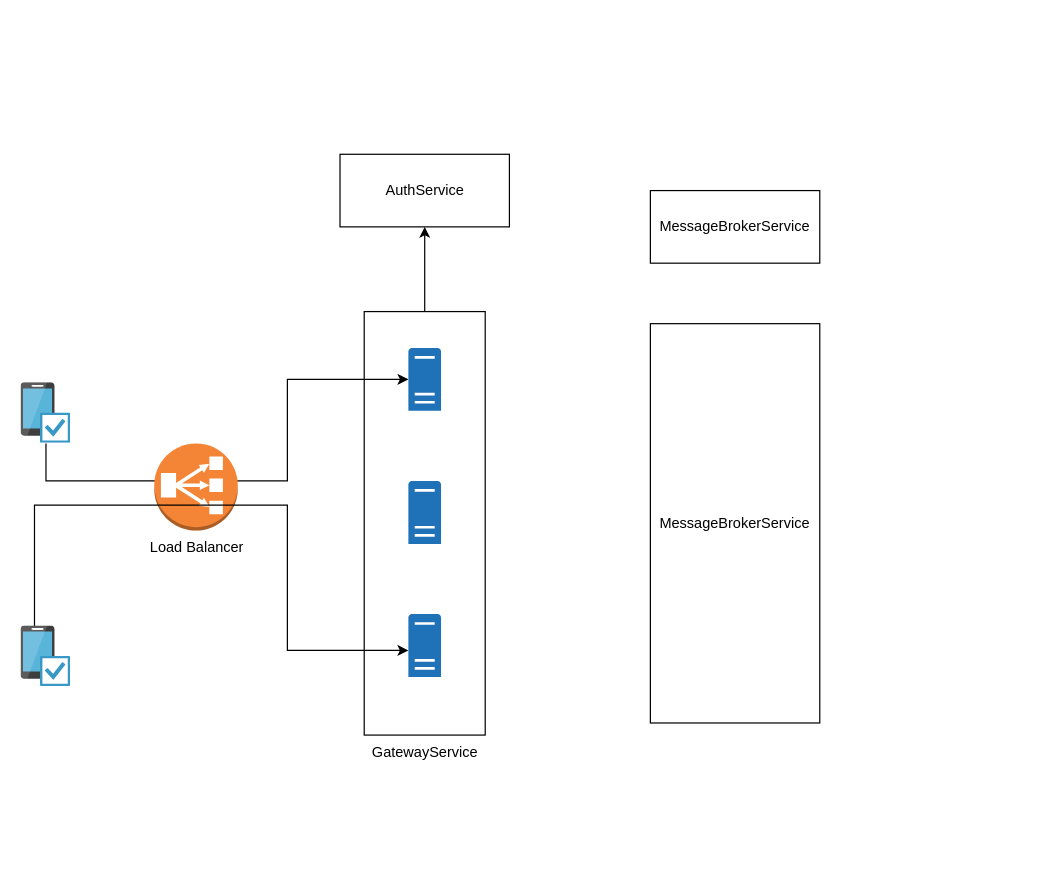
This is whatsapp-systemdesign.drawio from sdeinterviewguide/systemdesign, a draw.io file, before an edit. Source tidied: cells renumbered, new cells numbered last; positions are measured from the earlier drawing's top-left corner, leaving out a move shared by most shapes. Both pictures are drawn from the tidied source at 121%, with x=0, y=0 at pixel (21, 154).
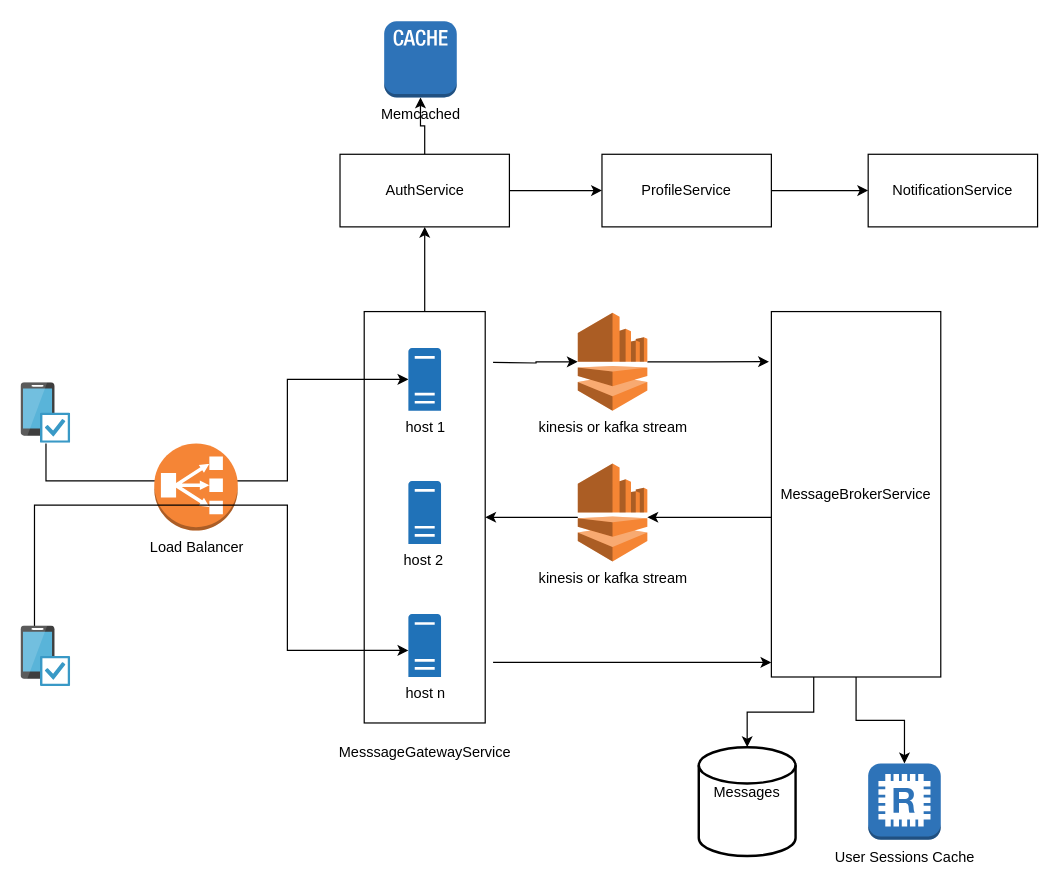
The same diagram, later.

The change refers to these unchanged cells:
```xml
<mxCell id="15" value="AuthService" style="rounded=0;whiteSpace=wrap;html=1;" parent="1" vertex="1">
  <mxGeometry x="263.5" width="140" height="60" as="geometry" />
</mxCell>
```

Change to the diagram source:
```diff
@@
     <mxCell id="4" style="rounded=0;whiteSpace=wrap;html=1;" parent="1" vertex="1">
-      <mxGeometry x="283.5" y="130" width="100" height="350" as="geometry" />
+      <mxGeometry x="283.5" y="130" width="100" height="340" as="geometry" />
     </mxCell>
@@
+    <mxCell id="16" style="edgeStyle=orthogonalEdgeStyle;rounded=0;jettySize=auto;html=1;entryX=0;entryY=0.5;entryDx=0;entryDy=0;entryPerimeter=0;" parent="1" edge="1" target="29">
+      <mxGeometry relative="1" as="geometry">
+        <mxPoint x="390" y="172" as="sourcePoint" />
+      </mxGeometry>
+    </mxCell>
-    <mxCell id="7" style="sketch=0;shadow=0;dashed=0;html=1;strokeColor=none;labelPosition=center;verticalLabelPosition=bottom;verticalAlign=top;outlineConnect=0;align=center;shape=mxgraph.office.servers.physical_host;fillColor=#2072B8;" parent="1" vertex="1">
+    <mxCell id="7" value="host 1" style="sketch=0;shadow=0;dashed=0;html=1;strokeColor=none;labelPosition=center;verticalLabelPosition=bottom;verticalAlign=top;outlineConnect=0;align=center;shape=mxgraph.office.servers.physical_host;fillColor=#2072B8;" parent="1" vertex="1">
       <mxGeometry x="320" y="160" width="27" height="52" as="geometry" />
     </mxCell>
-    <mxCell id="8" style="sketch=0;shadow=0;dashed=0;html=1;strokeColor=none;labelPosition=center;verticalLabelPosition=bottom;verticalAlign=top;align=center;shape=mxgraph.office.servers.physical_host;fillColor=#2072B8;" parent="1" vertex="1">
+    <mxCell id="8" value="host 2&amp;nbsp;" style="sketch=0;shadow=0;dashed=0;html=1;strokeColor=none;labelPosition=center;verticalLabelPosition=bottom;verticalAlign=top;align=center;shape=mxgraph.office.servers.physical_host;fillColor=#2072B8;" parent="1" vertex="1">
       <mxGeometry x="320" y="270" width="27" height="52" as="geometry" />
     </mxCell>
-    <mxCell id="9" style="sketch=0;shadow=0;dashed=0;html=1;strokeColor=none;labelPosition=center;verticalLabelPosition=bottom;verticalAlign=top;outlineConnect=0;align=center;shape=mxgraph.office.servers.physical_host;fillColor=#2072B8;" parent="1" vertex="1">
+    <mxCell id="9" value="host n" style="sketch=0;shadow=0;dashed=0;html=1;strokeColor=none;labelPosition=center;verticalLabelPosition=bottom;verticalAlign=top;outlineConnect=0;align=center;shape=mxgraph.office.servers.physical_host;fillColor=#2072B8;" parent="1" vertex="1">
       <mxGeometry x="320" y="380" width="27" height="52" as="geometry" />
     </mxCell>
+    <mxCell id="17" style="edgeStyle=orthogonalEdgeStyle;rounded=0;jettySize=auto;html=1;entryX=0.5;entryY=0;entryDx=0;entryDy=0;entryPerimeter=0;startArrow=none;startFill=0;" parent="1" edge="1" source="10" target="27">
+      <mxGeometry relative="1" as="geometry" />
+    </mxCell>
+    <mxCell id="18" style="edgeStyle=orthogonalEdgeStyle;rounded=0;jettySize=auto;html=1;startArrow=none;startFill=0;exitX=0.25;exitY=1;exitDx=0;exitDy=0;" parent="1" edge="1" source="10" target="26">
+      <mxGeometry relative="1" as="geometry" />
+    </mxCell>
+    <mxCell id="19" style="edgeStyle=orthogonalEdgeStyle;rounded=0;jettySize=auto;html=1;" parent="1" edge="1" source="10" target="31">
+      <mxGeometry relative="1" as="geometry">
+        <Array as="points">
+          <mxPoint x="550" y="300" />
+          <mxPoint x="550" y="300" />
+        </Array>
+      </mxGeometry>
+    </mxCell>
     <mxCell id="10" value="MessageBrokerService" style="rounded=0;whiteSpace=wrap;html=1;" parent="1" vertex="1">
-      <mxGeometry x="520" y="140" width="140" height="330" as="geometry" />
+      <mxGeometry x="620" y="130" width="140" height="302" as="geometry" />
     </mxCell>
@@
-    <mxCell id="13" value="GatewayService" style="text;html=1;strokeColor=none;fillColor=none;align=center;verticalAlign=middle;whiteSpace=wrap;rounded=0;" parent="1" vertex="1">
+    <mxCell id="13" value="MesssageGatewayService" style="text;html=1;strokeColor=none;fillColor=none;align=center;verticalAlign=middle;whiteSpace=wrap;rounded=0;" parent="1" vertex="1">
       <mxGeometry x="303.5" y="480" width="60" height="30" as="geometry" />
     </mxCell>
-    <mxCell id="14" value="MessageBrokerService" style="rounded=0;whiteSpace=wrap;html=1;" parent="1" vertex="1">
-      <mxGeometry x="520" y="30" width="140" height="60" as="geometry" />
-    </mxCell>
+    <mxCell id="20" style="edgeStyle=orthogonalEdgeStyle;rounded=0;jettySize=auto;html=1;startArrow=none;startFill=0;" parent="1" edge="1" source="15" target="23">
+      <mxGeometry relative="1" as="geometry" />
+    </mxCell>
+    <mxCell id="21" style="edgeStyle=orthogonalEdgeStyle;rounded=0;jettySize=auto;html=1;entryX=0.5;entryY=1;entryDx=0;entryDy=0;entryPerimeter=0;startArrow=none;startFill=0;" parent="1" edge="1" source="15" target="25">
+      <mxGeometry relative="1" as="geometry" />
+    </mxCell>
@@
+    <mxCell id="22" style="edgeStyle=orthogonalEdgeStyle;rounded=0;jettySize=auto;html=1;startArrow=none;startFill=0;" parent="1" edge="1" source="23" target="24">
+      <mxGeometry relative="1" as="geometry" />
+    </mxCell>
+    <mxCell id="23" value="ProfileService" style="rounded=0;whiteSpace=wrap;html=1;" parent="1" vertex="1">
+      <mxGeometry x="480" width="140" height="60" as="geometry" />
+    </mxCell>
+    <mxCell id="24" value="NotificationService" style="rounded=0;whiteSpace=wrap;html=1;" parent="1" vertex="1">
+      <mxGeometry x="700" width="140" height="60" as="geometry" />
+    </mxCell>
+    <mxCell id="25" value="Memcached" style="outlineConnect=0;dashed=0;verticalLabelPosition=bottom;verticalAlign=top;align=center;html=1;shape=mxgraph.aws3.cache_node;fillColor=#2E73B8;gradientColor=none;" parent="1" vertex="1">
+      <mxGeometry x="300" y="-110" width="60" height="63" as="geometry" />
+    </mxCell>
+    <mxCell id="26" value="Messages&lt;br&gt;&amp;nbsp;" style="strokeWidth=2;html=1;shape=mxgraph.flowchart.database;whiteSpace=wrap;" parent="1" vertex="1">
+      <mxGeometry x="560" y="490" width="80" height="90" as="geometry" />
+    </mxCell>
+    <mxCell id="27" value="User Sessions Cache" style="outlineConnect=0;dashed=0;verticalLabelPosition=bottom;verticalAlign=top;align=center;html=1;shape=mxgraph.aws3.redis;fillColor=#2E73B8;gradientColor=none;" parent="1" vertex="1">
+      <mxGeometry x="700" y="503.5" width="60" height="63" as="geometry" />
+    </mxCell>
+    <mxCell id="28" style="edgeStyle=orthogonalEdgeStyle;rounded=0;jettySize=auto;html=1;entryX=-0.014;entryY=0.137;entryDx=0;entryDy=0;entryPerimeter=0;" parent="1" edge="1" source="29" target="10">
+      <mxGeometry relative="1" as="geometry" />
+    </mxCell>
+    <mxCell id="29" value="kinesis or kafka stream" style="outlineConnect=0;dashed=0;verticalLabelPosition=bottom;verticalAlign=top;align=center;html=1;shape=mxgraph.aws3.kinesis;fillColor=#F58534;gradientColor=none;" parent="1" vertex="1">
+      <mxGeometry x="460" y="131" width="57.5" height="81" as="geometry" />
+    </mxCell>
+    <mxCell id="30" style="edgeStyle=orthogonalEdgeStyle;rounded=0;jettySize=auto;html=1;entryX=1;entryY=0.5;entryDx=0;entryDy=0;" parent="1" edge="1" source="31" target="4">
+      <mxGeometry relative="1" as="geometry">
+        <Array as="points">
+          <mxPoint x="440" y="300" />
+          <mxPoint x="440" y="300" />
+        </Array>
+      </mxGeometry>
+    </mxCell>
+    <mxCell id="31" value="kinesis or kafka stream" style="outlineConnect=0;dashed=0;verticalLabelPosition=bottom;verticalAlign=top;align=center;html=1;shape=mxgraph.aws3.kinesis;fillColor=#F58534;gradientColor=none;" parent="1" vertex="1">
+      <mxGeometry x="460" y="255.5" width="57.5" height="81" as="geometry" />
+    </mxCell>
+    <mxCell id="32" style="endArrow=classic;html=1;rounded=0;entryX=0;entryY=0.96;entryDx=0;entryDy=0;entryPerimeter=0;" parent="1" edge="1" target="10">
+      <mxGeometry relative="1" as="geometry">
+        <mxPoint x="390" y="420" as="sourcePoint" />
+      </mxGeometry>
+    </mxCell>
```
